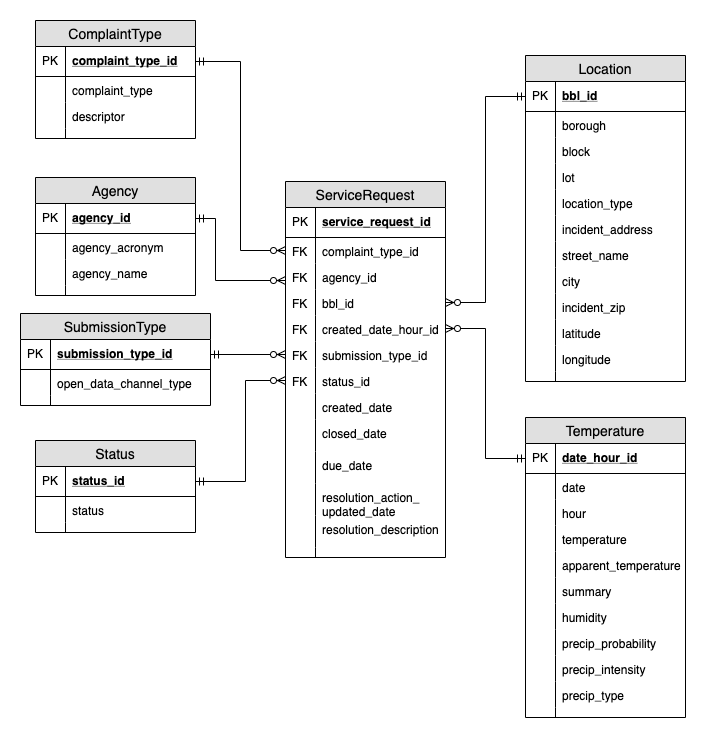
wyattshapiro/nyc_311 keeps this draw.io diagram as nyc_311_ERD.png. Above is the earlier version. Source tidied: cells renumbered, new cells last; positions are measured from the earlier drawing's top-left corner, leaving out a move shared by most shapes.
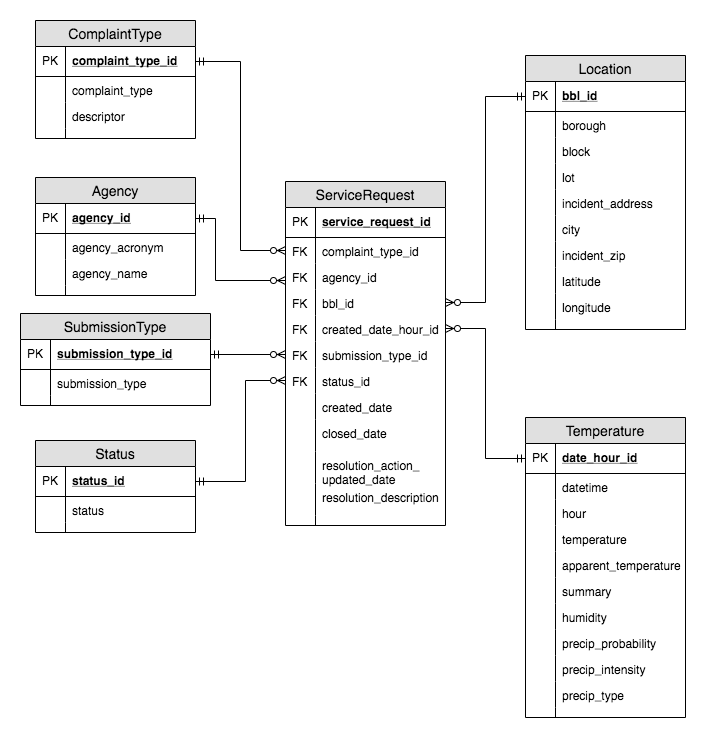
The same diagram one commit later.

Commit message:
update ERD to remove values not in tables

Change to the diagram source:
```diff
@@ -73,7 +73,7 @@
       </mxGeometry>
     </mxCell>
     <mxCell id="22" value="ServiceRequest" style="swimlane;fontStyle=0;horizontal=1;startSize=26;fillColor=#e0e0e0;swimlaneFillColor=#ffffff;align=center;fontSize=14;" parent="1" vertex="1">
-      <mxGeometry x="265" y="161" width="160" height="376" as="geometry" />
+      <mxGeometry x="265" y="161" width="160" height="344" as="geometry" />
     </mxCell>
     <mxCell id="23" value="service_request_id" style="shape=partialRectangle;top=0;left=0;right=0;bottom=1;align=left;verticalAlign=middle;fillColor=none;spacingLeft=34;spacingRight=4;overflow=hidden;fontStyle=5;fontSize=12;" parent="22" vertex="1">
       <mxGeometry y="26" width="160" height="30" as="geometry" />
@@ -129,26 +129,20 @@
     <mxCell id="40" style="shape=partialRectangle;top=0;left=0;bottom=0;fillColor=none;align=left;verticalAlign=top;spacingLeft=4;spacingRight=4;overflow=hidden;fontSize=12;" parent="39" vertex="1">
       <mxGeometry width="30" height="32" as="geometry" />
     </mxCell>
-    <mxCell id="41" value="due_date" style="shape=partialRectangle;top=0;left=0;right=0;bottom=0;align=left;verticalAlign=top;fillColor=none;spacingLeft=34;spacingRight=4;overflow=hidden;fontSize=12;" parent="22" vertex="1">
-      <mxGeometry y="270" width="160" height="32" as="geometry" />
-    </mxCell>
-    <mxCell id="42" style="shape=partialRectangle;top=0;left=0;bottom=0;fillColor=none;align=left;verticalAlign=top;spacingLeft=4;spacingRight=4;overflow=hidden;fontSize=12;" parent="41" vertex="1">
-      <mxGeometry width="30" height="32" as="geometry" />
-    </mxCell>
     <mxCell id="43" value="resolution_action_&#10;updated_date" style="shape=partialRectangle;top=0;left=0;right=0;bottom=0;align=left;verticalAlign=top;fillColor=none;spacingLeft=34;spacingRight=4;overflow=hidden;fontSize=12;" parent="22" vertex="1">
-      <mxGeometry y="302" width="160" height="32" as="geometry" />
+      <mxGeometry y="270" width="160" height="32" as="geometry" />
     </mxCell>
     <mxCell id="44" style="shape=partialRectangle;top=0;left=0;bottom=0;fillColor=none;align=left;verticalAlign=top;spacingLeft=4;spacingRight=4;overflow=hidden;fontSize=12;" parent="43" vertex="1">
       <mxGeometry width="30" height="32" as="geometry" />
     </mxCell>
     <mxCell id="45" value="resolution_description" style="shape=partialRectangle;top=0;left=0;right=0;bottom=0;align=left;verticalAlign=top;fillColor=none;spacingLeft=34;spacingRight=4;overflow=hidden;fontSize=12;" parent="22" vertex="1">
-      <mxGeometry y="334" width="160" height="32" as="geometry" />
+      <mxGeometry y="302" width="160" height="32" as="geometry" />
     </mxCell>
     <mxCell id="46" style="shape=partialRectangle;top=0;left=0;bottom=0;fillColor=none;align=left;verticalAlign=top;spacingLeft=4;spacingRight=4;overflow=hidden;fontSize=12;" parent="45" vertex="1">
       <mxGeometry width="30" height="32" as="geometry" />
     </mxCell>
     <mxCell id="47" style="shape=partialRectangle;top=0;left=0;right=0;bottom=0;align=left;verticalAlign=top;fillColor=none;spacingLeft=34;spacingRight=4;overflow=hidden;fontSize=12;" parent="22" vertex="1">
-      <mxGeometry y="366" width="160" height="10" as="geometry" />
+      <mxGeometry y="334" width="160" height="10" as="geometry" />
     </mxCell>
     <mxCell id="48" style="shape=partialRectangle;top=0;left=0;bottom=0;fillColor=none;align=left;verticalAlign=top;spacingLeft=4;spacingRight=4;overflow=hidden;fontSize=12;" parent="47" vertex="1">
       <mxGeometry width="30" height="10" as="geometry" />
@@ -162,7 +156,7 @@
     <mxCell id="51" value="PK" style="shape=partialRectangle;top=0;left=0;bottom=0;fillColor=none;align=left;verticalAlign=middle;spacingLeft=4;spacingRight=4;overflow=hidden;fontSize=12;" parent="50" vertex="1">
       <mxGeometry width="30" height="30" as="geometry" />
     </mxCell>
-    <mxCell id="52" value="open_data_channel_type" style="shape=partialRectangle;top=0;left=0;right=0;bottom=0;align=left;verticalAlign=top;fillColor=none;spacingLeft=34;spacingRight=4;overflow=hidden;fontSize=12;" parent="49" vertex="1">
+    <mxCell id="52" value="submission_type" style="shape=partialRectangle;top=0;left=0;right=0;bottom=0;align=left;verticalAlign=top;fillColor=none;spacingLeft=34;spacingRight=4;overflow=hidden;fontSize=12;" parent="49" vertex="1">
       <mxGeometry y="56" width="190" height="26" as="geometry" />
     </mxCell>
     <mxCell id="53" style="shape=partialRectangle;top=0;left=0;bottom=0;fillColor=none;align=left;verticalAlign=top;spacingLeft=4;spacingRight=4;overflow=hidden;fontSize=12;" parent="52" vertex="1">
@@ -196,7 +190,7 @@
       <mxGeometry width="30" height="10" as="geometry" />
     </mxCell>
     <mxCell id="63" value="Location" style="swimlane;fontStyle=0;horizontal=1;startSize=26;fillColor=#e0e0e0;swimlaneFillColor=#ffffff;align=center;fontSize=14;" parent="1" vertex="1">
-      <mxGeometry x="505" y="35" width="160" height="326" as="geometry" />
+      <mxGeometry x="505" y="35" width="160" height="274" as="geometry" />
     </mxCell>
     <mxCell id="64" value="bbl_id" style="shape=partialRectangle;top=0;left=0;right=0;bottom=1;align=left;verticalAlign=middle;fillColor=none;spacingLeft=34;spacingRight=4;overflow=hidden;points=[[0,0.5],[1,0.5]];portConstraint=eastwest;fontStyle=5;fontSize=12;" parent="63" vertex="1">
       <mxGeometry y="26" width="160" height="30" as="geometry" />
@@ -222,50 +216,38 @@
     <mxCell id="71" style="shape=partialRectangle;top=0;left=0;bottom=0;fillColor=none;align=left;verticalAlign=top;spacingLeft=4;spacingRight=4;overflow=hidden;fontSize=12;" parent="70" vertex="1">
       <mxGeometry width="30" height="26" as="geometry" />
     </mxCell>
-    <mxCell id="72" value="location_type" style="shape=partialRectangle;top=0;left=0;right=0;bottom=0;align=left;verticalAlign=top;fillColor=none;spacingLeft=34;spacingRight=4;overflow=hidden;fontSize=12;" parent="63" vertex="1">
-      <mxGeometry y="134" width="160" height="26" as="geometry" />
-    </mxCell>
-    <mxCell id="73" style="shape=partialRectangle;top=0;left=0;bottom=0;fillColor=none;align=left;verticalAlign=top;spacingLeft=4;spacingRight=4;overflow=hidden;fontSize=12;" parent="72" vertex="1">
-      <mxGeometry width="30" height="26" as="geometry" />
-    </mxCell>
     <mxCell id="74" value="incident_address" style="shape=partialRectangle;top=0;left=0;right=0;bottom=0;align=left;verticalAlign=top;fillColor=none;spacingLeft=34;spacingRight=4;overflow=hidden;fontSize=12;" parent="63" vertex="1">
-      <mxGeometry y="160" width="160" height="26" as="geometry" />
+      <mxGeometry y="134" width="160" height="26" as="geometry" />
     </mxCell>
     <mxCell id="75" style="shape=partialRectangle;top=0;left=0;bottom=0;fillColor=none;align=left;verticalAlign=top;spacingLeft=4;spacingRight=4;overflow=hidden;fontSize=12;" parent="74" vertex="1">
       <mxGeometry width="30" height="26" as="geometry" />
     </mxCell>
-    <mxCell id="76" value="street_name&#10;" style="shape=partialRectangle;top=0;left=0;right=0;bottom=0;align=left;verticalAlign=top;fillColor=none;spacingLeft=34;spacingRight=4;overflow=hidden;fontSize=12;" parent="63" vertex="1">
-      <mxGeometry y="186" width="160" height="26" as="geometry" />
-    </mxCell>
-    <mxCell id="77" style="shape=partialRectangle;top=0;left=0;bottom=0;fillColor=none;align=left;verticalAlign=top;spacingLeft=4;spacingRight=4;overflow=hidden;fontSize=12;" parent="76" vertex="1">
-      <mxGeometry width="30" height="26" as="geometry" />
-    </mxCell>
     <mxCell id="78" value="city" style="shape=partialRectangle;top=0;left=0;right=0;bottom=0;align=left;verticalAlign=top;fillColor=none;spacingLeft=34;spacingRight=4;overflow=hidden;fontSize=12;" parent="63" vertex="1">
-      <mxGeometry y="212" width="160" height="26" as="geometry" />
+      <mxGeometry y="160" width="160" height="26" as="geometry" />
     </mxCell>
     <mxCell id="79" style="shape=partialRectangle;top=0;left=0;bottom=0;fillColor=none;align=left;verticalAlign=top;spacingLeft=4;spacingRight=4;overflow=hidden;fontSize=12;" parent="78" vertex="1">
       <mxGeometry width="30" height="26" as="geometry" />
     </mxCell>
     <mxCell id="80" value="incident_zip" style="shape=partialRectangle;top=0;left=0;right=0;bottom=0;align=left;verticalAlign=top;fillColor=none;spacingLeft=34;spacingRight=4;overflow=hidden;fontSize=12;" parent="63" vertex="1">
-      <mxGeometry y="238" width="160" height="26" as="geometry" />
+      <mxGeometry y="186" width="160" height="26" as="geometry" />
     </mxCell>
     <mxCell id="81" style="shape=partialRectangle;top=0;left=0;bottom=0;fillColor=none;align=left;verticalAlign=top;spacingLeft=4;spacingRight=4;overflow=hidden;fontSize=12;" parent="80" vertex="1">
       <mxGeometry width="30" height="26" as="geometry" />
     </mxCell>
     <mxCell id="82" value="latitude" style="shape=partialRectangle;top=0;left=0;right=0;bottom=0;align=left;verticalAlign=top;fillColor=none;spacingLeft=34;spacingRight=4;overflow=hidden;fontSize=12;" parent="63" vertex="1">
-      <mxGeometry y="264" width="160" height="26" as="geometry" />
+      <mxGeometry y="212" width="160" height="26" as="geometry" />
     </mxCell>
     <mxCell id="83" style="shape=partialRectangle;top=0;left=0;bottom=0;fillColor=none;align=left;verticalAlign=top;spacingLeft=4;spacingRight=4;overflow=hidden;fontSize=12;" parent="82" vertex="1">
       <mxGeometry width="30" height="26" as="geometry" />
     </mxCell>
     <mxCell id="84" value="longitude" style="shape=partialRectangle;top=0;left=0;right=0;bottom=0;align=left;verticalAlign=top;fillColor=none;spacingLeft=34;spacingRight=4;overflow=hidden;fontSize=12;" parent="63" vertex="1">
-      <mxGeometry y="290" width="160" height="26" as="geometry" />
+      <mxGeometry y="238" width="160" height="26" as="geometry" />
     </mxCell>
     <mxCell id="85" style="shape=partialRectangle;top=0;left=0;bottom=0;fillColor=none;align=left;verticalAlign=top;spacingLeft=4;spacingRight=4;overflow=hidden;fontSize=12;" parent="84" vertex="1">
       <mxGeometry width="30" height="26" as="geometry" />
     </mxCell>
     <mxCell id="86" style="shape=partialRectangle;top=0;left=0;right=0;bottom=0;align=left;verticalAlign=top;fillColor=none;spacingLeft=34;spacingRight=4;overflow=hidden;fontSize=12;" parent="63" vertex="1">
-      <mxGeometry y="316" width="160" height="10" as="geometry" />
+      <mxGeometry y="264" width="160" height="10" as="geometry" />
     </mxCell>
     <mxCell id="87" style="shape=partialRectangle;top=0;left=0;bottom=0;fillColor=none;align=left;verticalAlign=top;spacingLeft=4;spacingRight=4;overflow=hidden;fontSize=12;" parent="86" vertex="1">
       <mxGeometry width="30" height="10" as="geometry" />
@@ -279,7 +261,7 @@
     <mxCell id="90" value="PK" style="shape=partialRectangle;top=0;left=0;bottom=0;fillColor=none;align=left;verticalAlign=middle;spacingLeft=4;spacingRight=4;overflow=hidden;fontSize=12;" parent="89" vertex="1">
       <mxGeometry width="30" height="30" as="geometry" />
     </mxCell>
-    <mxCell id="91" value="date" style="shape=partialRectangle;top=0;left=0;right=0;bottom=0;align=left;verticalAlign=top;fillColor=none;spacingLeft=34;spacingRight=4;overflow=hidden;fontSize=12;" parent="88" vertex="1">
+    <mxCell id="91" value="datetime" style="shape=partialRectangle;top=0;left=0;right=0;bottom=0;align=left;verticalAlign=top;fillColor=none;spacingLeft=34;spacingRight=4;overflow=hidden;fontSize=12;" parent="88" vertex="1">
       <mxGeometry y="56" width="160" height="26" as="geometry" />
     </mxCell>
     <mxCell id="92" style="shape=partialRectangle;top=0;left=0;bottom=0;fillColor=none;align=left;verticalAlign=top;spacingLeft=4;spacingRight=4;overflow=hidden;fontSize=12;" parent="91" vertex="1">
```
